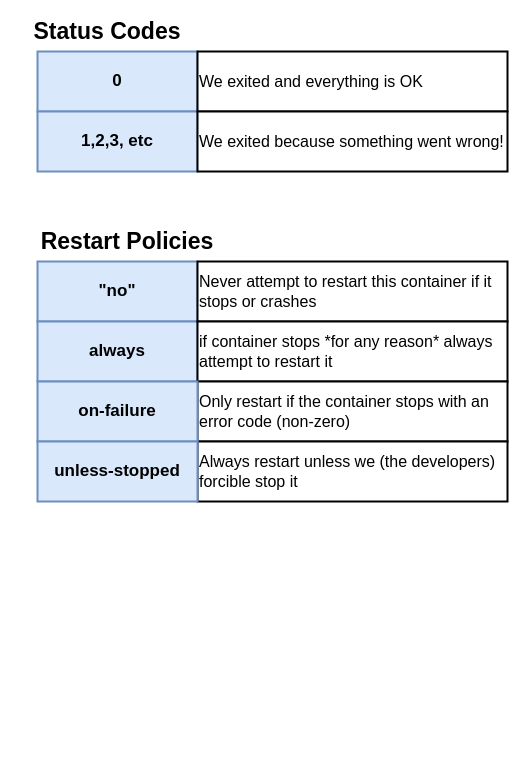
Above: page "Status Codes_Restart Policies" (3 of 3) of docker/Dockerfile Flow.drawio in micheal08/mylearningdata (draw.io), before the change. Source tidied: cells renumbered, new cells numbered last; positions are measured from the earlier drawing's top-left corner, leaving out a move shared by most shapes. Both pictures are drawn from the tidied source at 100%, with x=0, y=0 at pixel (17, 21).
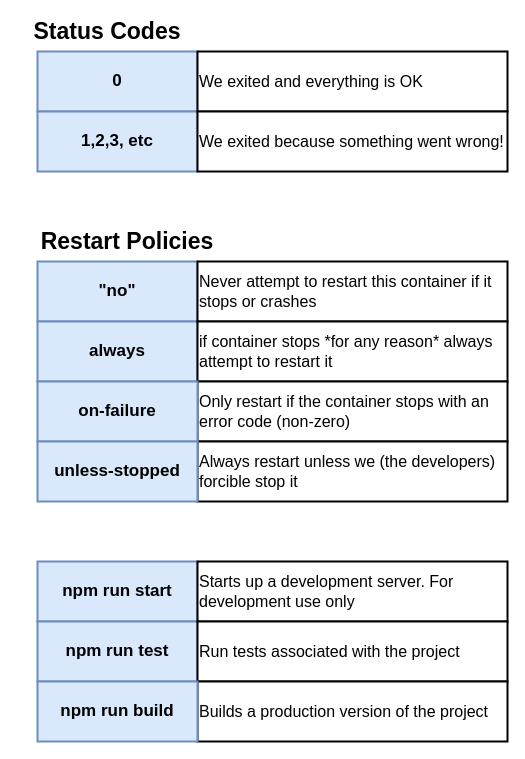
After the change.

Commit message:
Added npm commands descriptions

What changed in the source:
```diff
@@
+    <mxCell id="16" value="npm run start" style="rounded=0;whiteSpace=wrap;html=1;strokeWidth=2;fontSize=17;fontStyle=1;fillColor=#dae8fc;strokeColor=#6c8ebf;" parent="1" vertex="1">
+      <mxGeometry x="20" y="540" width="160" height="60" as="geometry" />
+    </mxCell>
+    <mxCell id="17" value="npm run test" style="rounded=0;whiteSpace=wrap;html=1;strokeWidth=2;fontSize=17;fontStyle=1;fillColor=#dae8fc;strokeColor=#6c8ebf;" parent="1" vertex="1">
+      <mxGeometry x="20" y="600" width="160" height="60" as="geometry" />
+    </mxCell>
+    <mxCell id="18" value="Starts up a development server. For development use only" style="rounded=0;whiteSpace=wrap;html=1;strokeWidth=2;fontSize=16;align=left;" parent="1" vertex="1">
+      <mxGeometry x="180" y="540" width="310" height="60" as="geometry" />
+    </mxCell>
+    <mxCell id="19" value="Run tests associated with the project" style="rounded=0;whiteSpace=wrap;html=1;strokeWidth=2;fontSize=16;align=left;" parent="1" vertex="1">
+      <mxGeometry x="180" y="600" width="310" height="60" as="geometry" />
+    </mxCell>
+    <mxCell id="20" value="Builds a production version of the project" style="rounded=0;whiteSpace=wrap;html=1;strokeWidth=2;fontSize=16;align=left;" parent="1" vertex="1">
+      <mxGeometry x="180" y="660" width="310" height="60" as="geometry" />
+    </mxCell>
+    <mxCell id="21" value="npm run build" style="rounded=0;whiteSpace=wrap;html=1;strokeWidth=2;fontSize=17;fontStyle=1;fillColor=#dae8fc;strokeColor=#6c8ebf;" parent="1" vertex="1">
+      <mxGeometry x="20" y="660" width="160" height="60" as="geometry" />
+    </mxCell>
```
